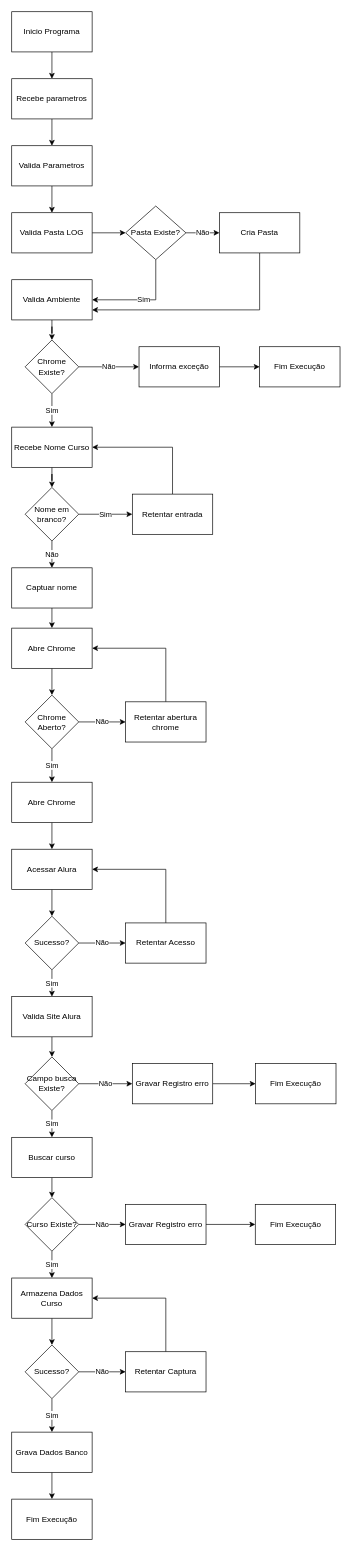
Earlier version of the draw.io diagram Teste_Alura.drawio (DevGGuedes/CONSULTA_ALURA). Source tidied: cells renumbered, new cells numbered last; positions are measured from the earlier drawing's top-left corner, leaving out a move shared by most shapes. Both pictures are drawn from the tidied source at 67%, with x=0, y=0 at pixel (11, 11).
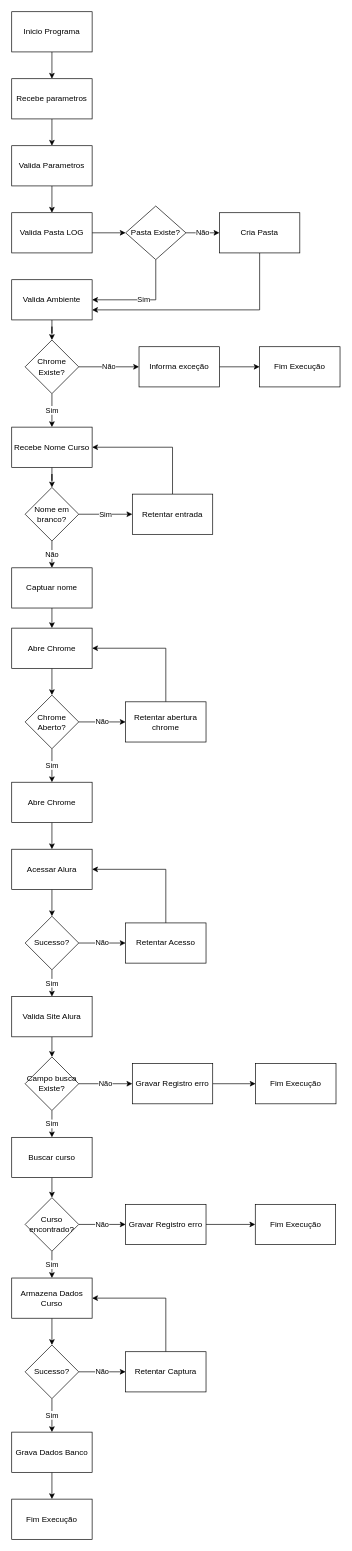
The same diagram, later.

Diff of the diagram source:
```diff
@@
-    <mxCell id="61" value="Curso Existe?" style="rhombus;whiteSpace=wrap;html=1;" parent="1" vertex="1">
+    <mxCell id="61" value="Curso encontrado?" style="rhombus;whiteSpace=wrap;html=1;" parent="1" vertex="1">
       <mxGeometry x="20" y="1770" width="80" height="80" as="geometry" />
     </mxCell>
```
